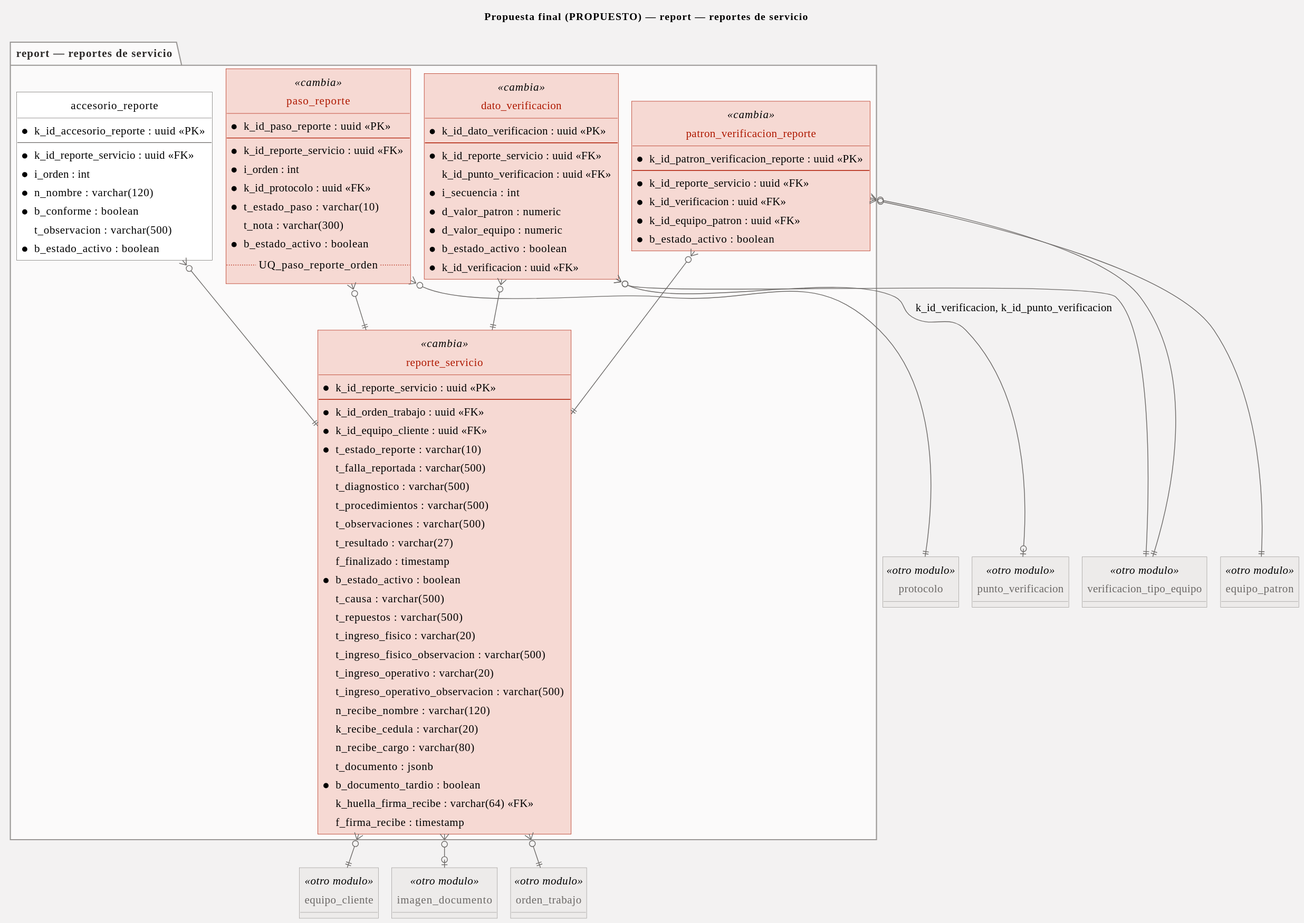
This is Documentation/DatabaseDesign/refactor-3fn/2-final/modulos/report.svg from SeanBol222/MalphasOs, a PlantUML export, as it was before one commit.
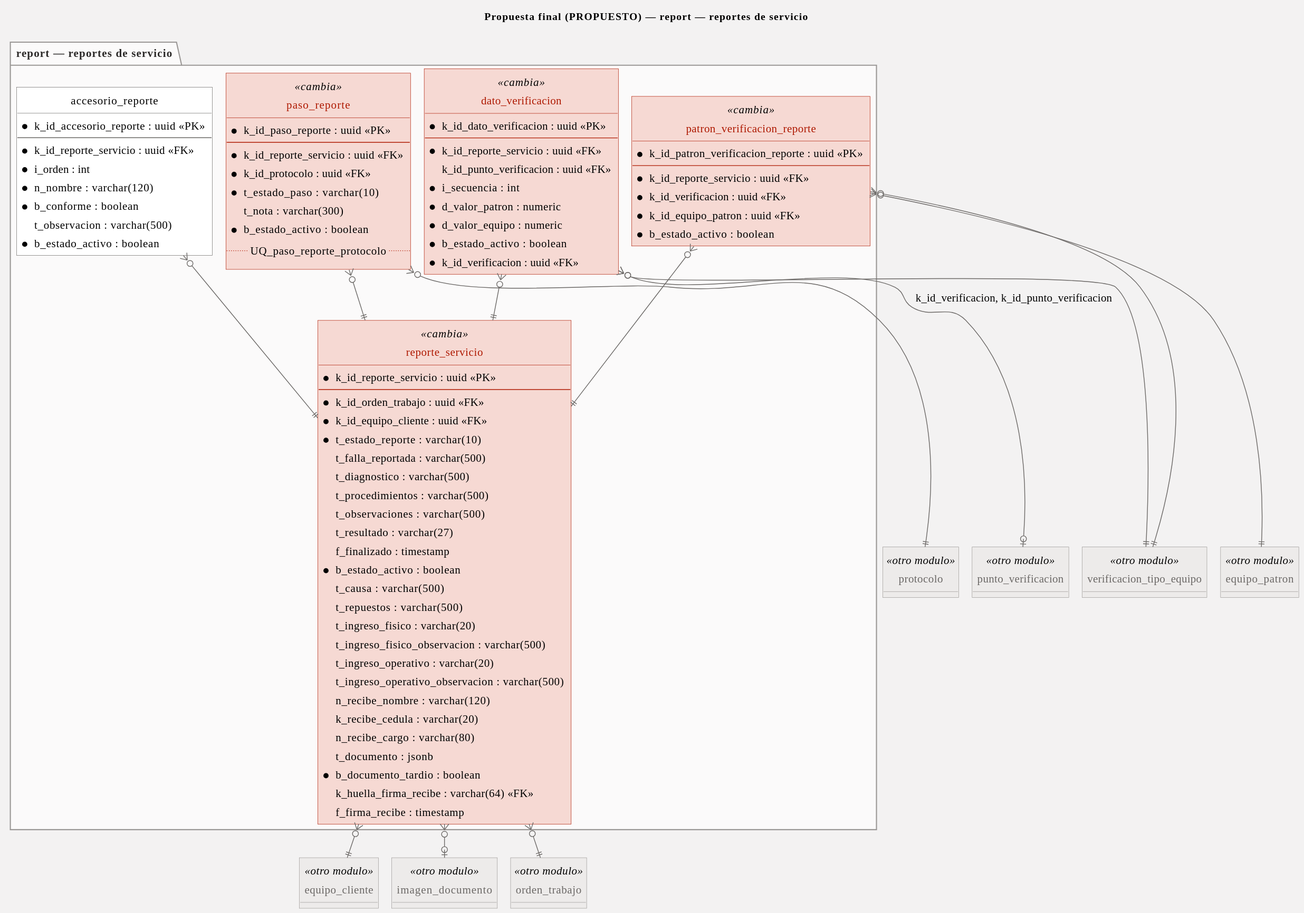
Later version of the same file.

What changed in the source:
```diff
@@ -86,12 +86,11 @@
   * k_id_paso_reporte : uuid <<PK>>
   --
   * k_id_reporte_servicio : uuid <<FK>>
-  * i_orden : int
   * k_id_protocolo : uuid <<FK>>
   * t_estado_paso : varchar(10)
   t_nota : varchar(300)
   * b_estado_activo : boolean
-  .. UQ_paso_reporte_orden ..
+  .. UQ_paso_reporte_protocolo ..
 }
 entity "accesorio_reporte" as accesorio_reporte {
   * k_id_accesorio_reporte : uuid <<PK>>
```
